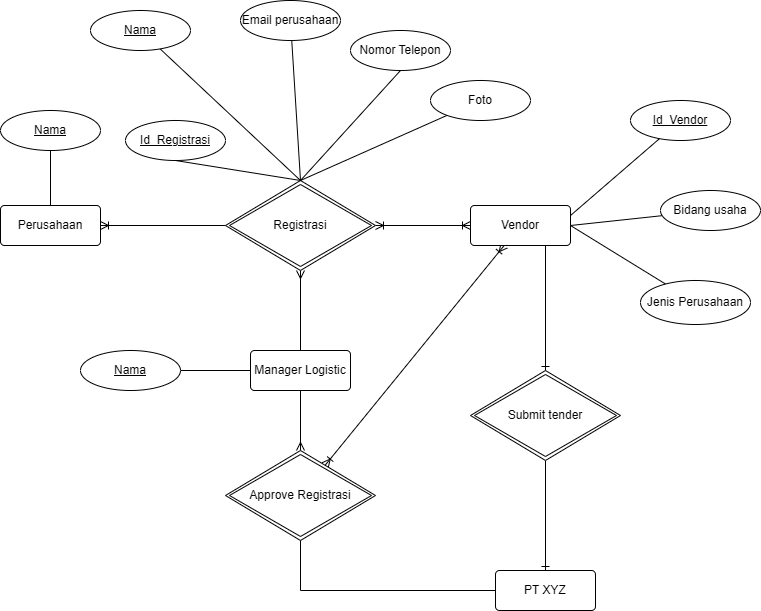
The draw.io diagram ERD.png in hdidsy/Test-PHE, before a commit. Source tidied: cells renumbered, new cells last; positions are measured from the earlier drawing's top-left corner, leaving out a move shared by most shapes.
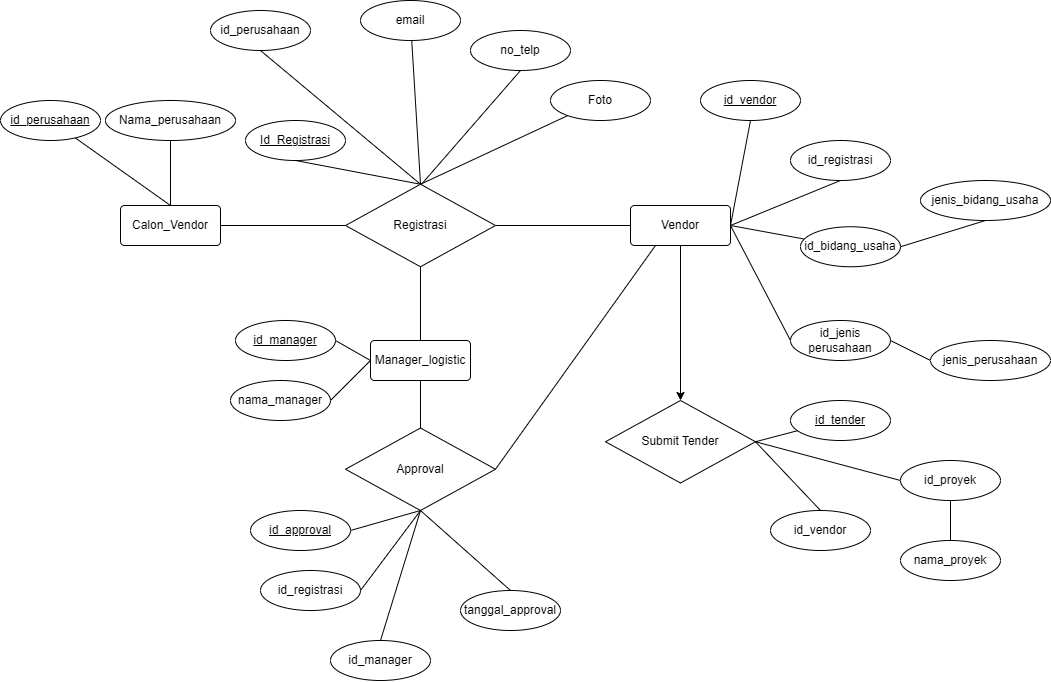
The same file after the commit.

The edit, as a diff of the source:
```diff
@@ -5,34 +5,27 @@
     <mxCell id="2" style="edgeStyle=orthogonalEdgeStyle;rounded=0;jettySize=auto;html=1;endArrow=none;endFill=0;" parent="1" edge="1" source="4" target="9">
       <mxGeometry relative="1" as="geometry" />
     </mxCell>
-    <mxCell id="3" style="edgeStyle=orthogonalEdgeStyle;rounded=0;jettySize=auto;html=1;entryX=0;entryY=0.5;entryDx=0;entryDy=0;startArrow=ERoneToMany;startFill=0;endArrow=none;endFill=0;" parent="1" edge="1" source="4" target="8">
-      <mxGeometry relative="1" as="geometry" />
+    <mxCell id="3" style="edgeStyle=orthogonalEdgeStyle;rounded=0;jettySize=auto;html=1;entryX=0;entryY=0.5;entryDx=0;entryDy=0;startArrow=none;startFill=0;endArrow=none;endFill=0;" parent="1" edge="1" source="4">
+      <mxGeometry relative="1" as="geometry">
+        <mxPoint x="225" y="225" as="targetPoint" />
+      </mxGeometry>
     </mxCell>
-    <mxCell id="4" value="Perusahaan" style="rounded=1;arcSize=10;whiteSpace=wrap;html=1;align=center;" parent="1" vertex="1">
+    <mxCell id="4" value="Calon_Vendor" style="rounded=1;arcSize=10;whiteSpace=wrap;html=1;align=center;" parent="1" vertex="1">
       <mxGeometry y="205" width="100" height="40" as="geometry" />
     </mxCell>
     <mxCell id="5" style="rounded=0;jettySize=auto;html=1;exitX=0.5;exitY=0;exitDx=0;exitDy=0;entryX=0.5;entryY=1;entryDx=0;entryDy=0;endArrow=none;endFill=0;" parent="1" edge="1" source="8" target="10">
       <mxGeometry relative="1" as="geometry" />
     </mxCell>
-    <mxCell id="6" style="edgeStyle=orthogonalEdgeStyle;rounded=0;jettySize=auto;html=1;entryX=0.5;entryY=0;entryDx=0;entryDy=0;endArrow=none;endFill=0;startArrow=ERmany;startFill=0;" parent="1" edge="1" source="8" target="19">
-      <mxGeometry relative="1" as="geometry" />
-    </mxCell>
-    <mxCell id="7" style="edgeStyle=orthogonalEdgeStyle;rounded=0;jettySize=auto;html=1;entryX=0;entryY=0.5;entryDx=0;entryDy=0;endArrow=ERoneToMany;endFill=0;startArrow=ERoneToMany;startFill=0;" parent="1" edge="1" source="8" target="25">
-      <mxGeometry relative="1" as="geometry" />
-    </mxCell>
-    <mxCell id="8" value="Registrasi" style="shape=rhombus;double=1;perimeter=rhombusPerimeter;whiteSpace=wrap;html=1;align=center;" parent="1" vertex="1">
-      <mxGeometry x="225" y="180" width="150" height="90" as="geometry" />
-    </mxCell>
-    <mxCell id="9" value="&lt;u&gt;Nama&lt;/u&gt;" style="ellipse;whiteSpace=wrap;html=1;align=center;" parent="1" vertex="1">
-      <mxGeometry y="110" width="100" height="40" as="geometry" />
+    <mxCell id="9" value="Nama_perusahaan" style="ellipse;whiteSpace=wrap;html=1;align=center;" parent="1" vertex="1">
+      <mxGeometry x="-15" y="100" width="130" height="40" as="geometry" />
     </mxCell>
     <mxCell id="10" value="&lt;u&gt;Id_Registrasi&lt;/u&gt;" style="ellipse;whiteSpace=wrap;html=1;align=center;" parent="1" vertex="1">
       <mxGeometry x="125" y="120" width="100" height="40" as="geometry" />
     </mxCell>
-    <mxCell id="11" style="rounded=0;jettySize=auto;html=1;exitX=0.5;exitY=1;exitDx=0;exitDy=0;entryX=0.5;entryY=0;entryDx=0;entryDy=0;endArrow=none;endFill=0;" parent="1" edge="1" source="12" target="8">
+    <mxCell id="11" style="rounded=0;jettySize=auto;html=1;exitX=0.5;exitY=1;exitDx=0;exitDy=0;entryX=0.49;entryY=0.035;entryDx=0;entryDy=0;endArrow=none;endFill=0;entryPerimeter=0;" parent="1" edge="1" source="12" target="8">
       <mxGeometry relative="1" as="geometry" />
     </mxCell>
-    <mxCell id="12" value="Nomor Telepon" style="ellipse;whiteSpace=wrap;html=1;align=center;" parent="1" vertex="1">
+    <mxCell id="12" value="no_telp" style="ellipse;whiteSpace=wrap;html=1;align=center;" parent="1" vertex="1">
       <mxGeometry x="350" y="30" width="100" height="40" as="geometry" />
     </mxCell>
     <mxCell id="13" style="rounded=0;jettySize=auto;html=1;entryX=0.5;entryY=0;entryDx=0;entryDy=0;endArrow=none;endFill=0;" parent="1" edge="1" source="14" target="8">
@@ -44,72 +37,165 @@
     <mxCell id="15" style="rounded=0;jettySize=auto;html=1;entryX=0.5;entryY=0;entryDx=0;entryDy=0;endArrow=none;endFill=0;" parent="1" edge="1" source="16" target="8">
       <mxGeometry relative="1" as="geometry" />
     </mxCell>
-    <mxCell id="16" value="&lt;font style=&quot;font-size: 12px;&quot;&gt;Email perusahaan&lt;/font&gt;" style="ellipse;whiteSpace=wrap;html=1;align=center;" parent="1" vertex="1">
+    <mxCell id="16" value="&lt;font style=&quot;font-size: 12px;&quot;&gt;email&lt;/font&gt;" style="ellipse;whiteSpace=wrap;html=1;align=center;" parent="1" vertex="1">
       <mxGeometry x="240" width="100" height="40" as="geometry" />
     </mxCell>
-    <mxCell id="17" style="edgeStyle=orthogonalEdgeStyle;rounded=0;jettySize=auto;html=1;entryX=1;entryY=0.5;entryDx=0;entryDy=0;endArrow=none;endFill=0;" parent="1" edge="1" source="19" target="20">
-      <mxGeometry relative="1" as="geometry" />
+    <mxCell id="17" style="edgeStyle=orthogonalEdgeStyle;rounded=0;jettySize=auto;html=1;entryX=1;entryY=0.5;entryDx=0;entryDy=0;endArrow=none;endFill=0;" parent="1" edge="1" source="x">
+      <mxGeometry relative="1" as="geometry">
+        <mxPoint x="180" y="370" as="targetPoint" />
+      </mxGeometry>
     </mxCell>
-    <mxCell id="18" style="edgeStyle=orthogonalEdgeStyle;rounded=0;jettySize=auto;html=1;endArrow=ERmany;endFill=0;" parent="1" edge="1" source="19" target="23">
-      <mxGeometry relative="1" as="geometry" />
+    <mxCell id="18" style="edgeStyle=orthogonalEdgeStyle;rounded=0;jettySize=auto;html=1;endArrow=ERmany;endFill=0;" parent="1" edge="1" target="x">
+      <mxGeometry relative="1" as="geometry">
+        <mxPoint x="300" y="390" as="sourcePoint" />
+      </mxGeometry>
     </mxCell>
-    <mxCell id="19" value="Manager Logistic" style="rounded=1;arcSize=10;whiteSpace=wrap;html=1;align=center;" parent="1" vertex="1">
-      <mxGeometry x="250" y="350" width="100" height="40" as="geometry" />
-    </mxCell>
-    <mxCell id="20" value="&lt;u&gt;Nama&lt;/u&gt;" style="ellipse;whiteSpace=wrap;html=1;align=center;" parent="1" vertex="1">
-      <mxGeometry x="80" y="350" width="100" height="40" as="geometry" />
-    </mxCell>
-    <mxCell id="21" style="rounded=0;jettySize=auto;html=1;startArrow=ERoneToMany;startFill=0;endArrow=ERoneToMany;endFill=0;" parent="1" edge="1" source="23" target="25">
-      <mxGeometry relative="1" as="geometry" />
-    </mxCell>
-    <mxCell id="22" style="edgeStyle=orthogonalEdgeStyle;rounded=0;jettySize=auto;html=1;entryX=0;entryY=0.5;entryDx=0;entryDy=0;endArrow=none;endFill=0;" parent="1" edge="1" source="23" target="36">
-      <mxGeometry relative="1" as="geometry">
-        <Array as="points">
-          <mxPoint x="300" y="590" />
-        </Array>
-      </mxGeometry>
-    </mxCell>
-    <mxCell id="23" value="&lt;p style=&quot;line-height: 120%;&quot;&gt;Approve Registrasi&lt;/p&gt;" style="shape=rhombus;double=1;perimeter=rhombusPerimeter;whiteSpace=wrap;html=1;align=center;" parent="1" vertex="1">
-      <mxGeometry x="225" y="450" width="150" height="90" as="geometry" />
-    </mxCell>
-    <mxCell id="24" style="edgeStyle=orthogonalEdgeStyle;rounded=0;jettySize=auto;html=1;exitX=0.75;exitY=1;exitDx=0;exitDy=0;endArrow=ERone;endFill=0;" parent="1" edge="1" source="25" target="35">
-      <mxGeometry relative="1" as="geometry" />
-    </mxCell>
-    <mxCell id="25" value="Vendor" style="rounded=1;arcSize=10;whiteSpace=wrap;html=1;align=center;" parent="1" vertex="1">
-      <mxGeometry x="470" y="205" width="100" height="40" as="geometry" />
-    </mxCell>
-    <mxCell id="26" style="rounded=0;jettySize=auto;html=1;entryX=0.5;entryY=0;entryDx=0;entryDy=0;endArrow=none;endFill=0;" parent="1" edge="1" source="27" target="8">
-      <mxGeometry relative="1" as="geometry" />
+    <mxCell id="26" style="rounded=0;jettySize=auto;html=1;entryX=0.5;entryY=0;entryDx=0;entryDy=0;endArrow=none;endFill=0;exitX=0.5;exitY=1;exitDx=0;exitDy=0;" parent="1" edge="1" source="27">
+      <mxGeometry relative="1" as="geometry">
+        <mxPoint x="300" y="183.8" as="targetPoint" />
+        <Array as="points">
+          <mxPoint x="300" y="183.8" />
+        </Array>
+      </mxGeometry>
     </mxCell>
-    <mxCell id="27" value="&lt;u&gt;Nama&lt;/u&gt;" style="ellipse;whiteSpace=wrap;html=1;align=center;" parent="1" vertex="1">
+    <mxCell id="27" value="id_perusahaan" style="ellipse;whiteSpace=wrap;html=1;align=center;" parent="1" vertex="1">
       <mxGeometry x="90" y="10" width="100" height="40" as="geometry" />
     </mxCell>
-    <mxCell id="28" style="rounded=0;jettySize=auto;html=1;entryX=1;entryY=0.25;entryDx=0;entryDy=0;endArrow=none;endFill=0;" parent="1" edge="1" source="29" target="25">
-      <mxGeometry relative="1" as="geometry" />
-    </mxCell>
-    <mxCell id="29" value="&lt;u&gt;Id_Vendor&lt;/u&gt;" style="ellipse;whiteSpace=wrap;html=1;align=center;" parent="1" vertex="1">
-      <mxGeometry x="630" y="100" width="100" height="40" as="geometry" />
-    </mxCell>
-    <mxCell id="30" style="rounded=0;jettySize=auto;html=1;entryX=1;entryY=0.5;entryDx=0;entryDy=0;endArrow=none;endFill=0;" parent="1" edge="1" source="31" target="25">
-      <mxGeometry relative="1" as="geometry" />
-    </mxCell>
-    <mxCell id="31" value="Bidang usaha" style="ellipse;whiteSpace=wrap;html=1;align=center;" parent="1" vertex="1">
-      <mxGeometry x="660" y="190" width="100" height="40" as="geometry" />
-    </mxCell>
-    <mxCell id="32" style="rounded=0;jettySize=auto;html=1;entryX=1;entryY=0.5;entryDx=0;entryDy=0;endArrow=none;endFill=0;" parent="1" edge="1" source="33" target="25">
-      <mxGeometry relative="1" as="geometry" />
-    </mxCell>
-    <mxCell id="33" value="Jenis Perusahaan" style="ellipse;whiteSpace=wrap;html=1;align=center;" parent="1" vertex="1">
-      <mxGeometry x="640" y="280" width="110" height="44" as="geometry" />
-    </mxCell>
-    <mxCell id="34" style="edgeStyle=orthogonalEdgeStyle;rounded=0;jettySize=auto;html=1;endArrow=ERone;endFill=0;" parent="1" edge="1" source="35" target="36">
-      <mxGeometry relative="1" as="geometry" />
-    </mxCell>
-    <mxCell id="35" value="&lt;p style=&quot;line-height: 120%;&quot;&gt;Submit tender&lt;/p&gt;" style="shape=rhombus;double=1;perimeter=rhombusPerimeter;whiteSpace=wrap;html=1;align=center;" parent="1" vertex="1">
-      <mxGeometry x="470" y="370" width="150" height="90" as="geometry" />
-    </mxCell>
-    <mxCell id="36" value="PT XYZ" style="rounded=1;arcSize=10;whiteSpace=wrap;html=1;align=center;" parent="1" vertex="1">
-      <mxGeometry x="495" y="570" width="100" height="40" as="geometry" />
-    </mxCell>
+    <mxCell id="37" style="rounded=0;jettySize=auto;html=1;entryX=0.5;entryY=0;entryDx=0;entryDy=0;endArrow=none;endFill=0;" parent="1" edge="1" source="38" target="4">
+      <mxGeometry relative="1" as="geometry" />
+    </mxCell>
+    <mxCell id="38" value="&lt;u&gt;id_perusahaan&lt;/u&gt;" style="ellipse;whiteSpace=wrap;html=1;align=center;" parent="1" vertex="1">
+      <mxGeometry x="-120" y="100" width="100" height="40" as="geometry" />
+    </mxCell>
+    <mxCell id="7" style="edgeStyle=orthogonalEdgeStyle;rounded=0;jettySize=auto;html=1;entryX=0;entryY=0.5;entryDx=0;entryDy=0;endArrow=none;endFill=0;" parent="1" edge="1" source="8" target="25">
+      <mxGeometry relative="1" as="geometry" />
+    </mxCell>
+    <mxCell id="39" style="edgeStyle=orthogonalEdgeStyle;rounded=0;jettySize=auto;html=1;endArrow=none;endFill=0;" parent="1" edge="1" source="8" target="63">
+      <mxGeometry relative="1" as="geometry" />
+    </mxCell>
+    <mxCell id="8" value="Registrasi" style="shape=rhombus;perimeter=rhombusPerimeter;whiteSpace=wrap;html=1;align=center;" parent="1" vertex="1">
+      <mxGeometry x="225" y="183.8" width="150" height="82.5" as="geometry" />
+    </mxCell>
+    <mxCell id="40" style="edgeStyle=orthogonalEdgeStyle;rounded=0;jettySize=auto;html=1;entryX=0.5;entryY=0;entryDx=0;entryDy=0;" parent="1" edge="1" source="25" target="53">
+      <mxGeometry relative="1" as="geometry" />
+    </mxCell>
+    <mxCell id="25" value="Vendor" style="rounded=1;arcSize=10;whiteSpace=wrap;html=1;align=center;" parent="1" vertex="1">
+      <mxGeometry x="510" y="205" width="100" height="40" as="geometry" />
+    </mxCell>
+    <mxCell id="41" style="rounded=0;jettySize=auto;html=1;exitX=0.5;exitY=1;exitDx=0;exitDy=0;entryX=1;entryY=0.5;entryDx=0;entryDy=0;endArrow=none;endFill=0;" parent="1" edge="1" source="42" target="25">
+      <mxGeometry relative="1" as="geometry" />
+    </mxCell>
+    <mxCell id="42" value="&lt;u&gt;id_vendor&lt;/u&gt;" style="ellipse;whiteSpace=wrap;html=1;align=center;" parent="1" vertex="1">
+      <mxGeometry x="580" y="80" width="100" height="40" as="geometry" />
+    </mxCell>
+    <mxCell id="43" style="rounded=0;jettySize=auto;html=1;exitX=0.5;exitY=1;exitDx=0;exitDy=0;entryX=1;entryY=0.5;entryDx=0;entryDy=0;endArrow=none;endFill=0;" parent="1" edge="1" source="44" target="25">
+      <mxGeometry relative="1" as="geometry" />
+    </mxCell>
+    <mxCell id="44" value="id_registrasi" style="ellipse;whiteSpace=wrap;html=1;align=center;" parent="1" vertex="1">
+      <mxGeometry x="670" y="140" width="100" height="40" as="geometry" />
+    </mxCell>
+    <mxCell id="45" style="rounded=0;jettySize=auto;html=1;entryX=1;entryY=0.5;entryDx=0;entryDy=0;endArrow=none;endFill=0;" parent="1" edge="1" source="46" target="25">
+      <mxGeometry relative="1" as="geometry" />
+    </mxCell>
+    <mxCell id="46" value="id_bidang_usaha" style="ellipse;whiteSpace=wrap;html=1;align=center;" parent="1" vertex="1">
+      <mxGeometry x="680" y="226.2" width="100" height="40" as="geometry" />
+    </mxCell>
+    <mxCell id="47" style="rounded=0;jettySize=auto;html=1;exitX=0;exitY=0.5;exitDx=0;exitDy=0;entryX=1;entryY=0.5;entryDx=0;entryDy=0;endArrow=none;endFill=0;" parent="1" edge="1" source="48" target="25">
+      <mxGeometry relative="1" as="geometry" />
+    </mxCell>
+    <mxCell id="48" value="id_jenis perusahaan" style="ellipse;whiteSpace=wrap;html=1;align=center;" parent="1" vertex="1">
+      <mxGeometry x="670" y="320" width="100" height="40" as="geometry" />
+    </mxCell>
+    <mxCell id="49" style="rounded=0;jettySize=auto;html=1;exitX=0;exitY=0.5;exitDx=0;exitDy=0;entryX=1;entryY=0.5;entryDx=0;entryDy=0;endArrow=none;endFill=0;" parent="1" edge="1" source="50" target="48">
+      <mxGeometry relative="1" as="geometry" />
+    </mxCell>
+    <mxCell id="50" value="jenis_perusahaan" style="ellipse;whiteSpace=wrap;html=1;align=center;" parent="1" vertex="1">
+      <mxGeometry x="810" y="340" width="120" height="40" as="geometry" />
+    </mxCell>
+    <mxCell id="51" style="rounded=0;jettySize=auto;html=1;exitX=0.5;exitY=1;exitDx=0;exitDy=0;entryX=1;entryY=0.5;entryDx=0;entryDy=0;endArrow=none;endFill=0;" parent="1" edge="1" source="52" target="46">
+      <mxGeometry relative="1" as="geometry" />
+    </mxCell>
+    <mxCell id="52" value="jenis_bidang_usaha" style="ellipse;whiteSpace=wrap;html=1;align=center;" parent="1" vertex="1">
+      <mxGeometry x="800" y="180" width="130" height="40" as="geometry" />
+    </mxCell>
+    <mxCell id="53" value="Submit Tender" style="shape=rhombus;perimeter=rhombusPerimeter;whiteSpace=wrap;html=1;align=center;" parent="1" vertex="1">
+      <mxGeometry x="485" y="400" width="150" height="82.5" as="geometry" />
+    </mxCell>
+    <mxCell id="54" style="rounded=0;jettySize=auto;html=1;exitX=0.5;exitY=0;exitDx=0;exitDy=0;entryX=1;entryY=0.5;entryDx=0;entryDy=0;endArrow=none;endFill=0;" parent="1" edge="1" source="55" target="53">
+      <mxGeometry relative="1" as="geometry" />
+    </mxCell>
+    <mxCell id="55" value="id_vendor" style="ellipse;whiteSpace=wrap;html=1;align=center;" parent="1" vertex="1">
+      <mxGeometry x="650" y="510" width="100" height="40" as="geometry" />
+    </mxCell>
+    <mxCell id="56" style="rounded=0;jettySize=auto;html=1;endArrow=none;endFill=0;entryX=1;entryY=0.5;entryDx=0;entryDy=0;" parent="1" edge="1" source="57" target="53">
+      <mxGeometry relative="1" as="geometry" />
+    </mxCell>
+    <mxCell id="57" value="&lt;u&gt;id_tender&lt;/u&gt;" style="ellipse;whiteSpace=wrap;html=1;align=center;" parent="1" vertex="1">
+      <mxGeometry x="670" y="400" width="100" height="40" as="geometry" />
+    </mxCell>
+    <mxCell id="58" style="rounded=0;jettySize=auto;html=1;exitX=0;exitY=0.5;exitDx=0;exitDy=0;entryX=1;entryY=0.5;entryDx=0;entryDy=0;endArrow=none;endFill=0;" parent="1" edge="1" source="60" target="53">
+      <mxGeometry relative="1" as="geometry" />
+    </mxCell>
+    <mxCell id="59" style="edgeStyle=orthogonalEdgeStyle;rounded=0;jettySize=auto;html=1;endArrow=none;endFill=0;" parent="1" edge="1" source="60" target="61">
+      <mxGeometry relative="1" as="geometry" />
+    </mxCell>
+    <mxCell id="60" value="id_proyek" style="ellipse;whiteSpace=wrap;html=1;align=center;" parent="1" vertex="1">
+      <mxGeometry x="780" y="460" width="100" height="40" as="geometry" />
+    </mxCell>
+    <mxCell id="61" value="nama_proyek" style="ellipse;whiteSpace=wrap;html=1;align=center;" parent="1" vertex="1">
+      <mxGeometry x="780" y="540" width="100" height="40" as="geometry" />
+    </mxCell>
+    <mxCell id="62" style="edgeStyle=orthogonalEdgeStyle;rounded=0;jettySize=auto;html=1;endArrow=none;endFill=0;" parent="1" edge="1" source="63" target="65">
+      <mxGeometry relative="1" as="geometry" />
+    </mxCell>
+    <mxCell id="63" value="Manager_logistic" style="rounded=1;arcSize=10;whiteSpace=wrap;html=1;align=center;" parent="1" vertex="1">
+      <mxGeometry x="250" y="340" width="100" height="40" as="geometry" />
+    </mxCell>
+    <mxCell id="64" style="rounded=0;jettySize=auto;html=1;entryX=0.25;entryY=1;entryDx=0;entryDy=0;endArrow=none;endFill=0;exitX=1;exitY=0.5;exitDx=0;exitDy=0;" parent="1" edge="1" source="65" target="25">
+      <mxGeometry relative="1" as="geometry" />
+    </mxCell>
+    <mxCell id="65" value="Approval" style="shape=rhombus;perimeter=rhombusPerimeter;whiteSpace=wrap;html=1;align=center;" parent="1" vertex="1">
+      <mxGeometry x="225" y="427.5" width="150" height="82.5" as="geometry" />
+    </mxCell>
+    <mxCell id="66" style="rounded=0;jettySize=auto;html=1;exitX=1;exitY=0.5;exitDx=0;exitDy=0;endArrow=none;endFill=0;entryX=0.5;entryY=1;entryDx=0;entryDy=0;" parent="1" edge="1" source="67" target="65">
+      <mxGeometry relative="1" as="geometry" />
+    </mxCell>
+    <mxCell id="67" value="&lt;u&gt;id_approval&lt;/u&gt;" style="ellipse;whiteSpace=wrap;html=1;align=center;" parent="1" vertex="1">
+      <mxGeometry x="130" y="510" width="100" height="40" as="geometry" />
+    </mxCell>
+    <mxCell id="68" style="rounded=0;jettySize=auto;html=1;exitX=1;exitY=0.5;exitDx=0;exitDy=0;entryX=0.5;entryY=1;entryDx=0;entryDy=0;endArrow=none;endFill=0;" parent="1" edge="1" source="69" target="65">
+      <mxGeometry relative="1" as="geometry" />
+    </mxCell>
+    <mxCell id="69" value="id_registrasi" style="ellipse;whiteSpace=wrap;html=1;align=center;" parent="1" vertex="1">
+      <mxGeometry x="140" y="570" width="100" height="40" as="geometry" />
+    </mxCell>
+    <mxCell id="70" style="rounded=0;jettySize=auto;html=1;exitX=0.5;exitY=0;exitDx=0;exitDy=0;endArrow=none;endFill=0;" parent="1" edge="1" source="71">
+      <mxGeometry relative="1" as="geometry">
+        <mxPoint x="300" y="510" as="targetPoint" />
+      </mxGeometry>
+    </mxCell>
+    <mxCell id="71" value="tanggal_approval" style="ellipse;whiteSpace=wrap;html=1;align=center;" parent="1" vertex="1">
+      <mxGeometry x="340" y="590" width="100" height="40" as="geometry" />
+    </mxCell>
+    <mxCell id="72" style="rounded=0;jettySize=auto;html=1;exitX=0.5;exitY=0;exitDx=0;exitDy=0;entryX=0.5;entryY=1;entryDx=0;entryDy=0;endArrow=none;endFill=0;" parent="1" edge="1" source="73" target="65">
+      <mxGeometry relative="1" as="geometry" />
+    </mxCell>
+    <mxCell id="73" value="id_manager" style="ellipse;whiteSpace=wrap;html=1;align=center;" parent="1" vertex="1">
+      <mxGeometry x="210" y="640" width="100" height="40" as="geometry" />
+    </mxCell>
+    <mxCell id="74" style="rounded=0;jettySize=auto;html=1;exitX=1;exitY=0.5;exitDx=0;exitDy=0;endArrow=none;endFill=0;" parent="1" edge="1" source="75">
+      <mxGeometry relative="1" as="geometry">
+        <mxPoint x="250" y="360" as="targetPoint" />
+      </mxGeometry>
+    </mxCell>
+    <mxCell id="75" value="&lt;u&gt;id_manager&lt;/u&gt;" style="ellipse;whiteSpace=wrap;html=1;align=center;" parent="1" vertex="1">
+      <mxGeometry x="115" y="320" width="100" height="40" as="geometry" />
+    </mxCell>
+    <mxCell id="76" style="rounded=0;jettySize=auto;html=1;exitX=1;exitY=0.5;exitDx=0;exitDy=0;entryX=0;entryY=0.5;entryDx=0;entryDy=0;endArrow=none;endFill=0;" parent="1" edge="1" source="77" target="63">
+      <mxGeometry relative="1" as="geometry" />
+    </mxCell>
+    <mxCell id="77" value="nama_manager" style="ellipse;whiteSpace=wrap;html=1;align=center;" parent="1" vertex="1">
+      <mxGeometry x="110" y="380" width="100" height="40" as="geometry" />
+    </mxCell>
   </root>
 </mxGraphModel>
```
